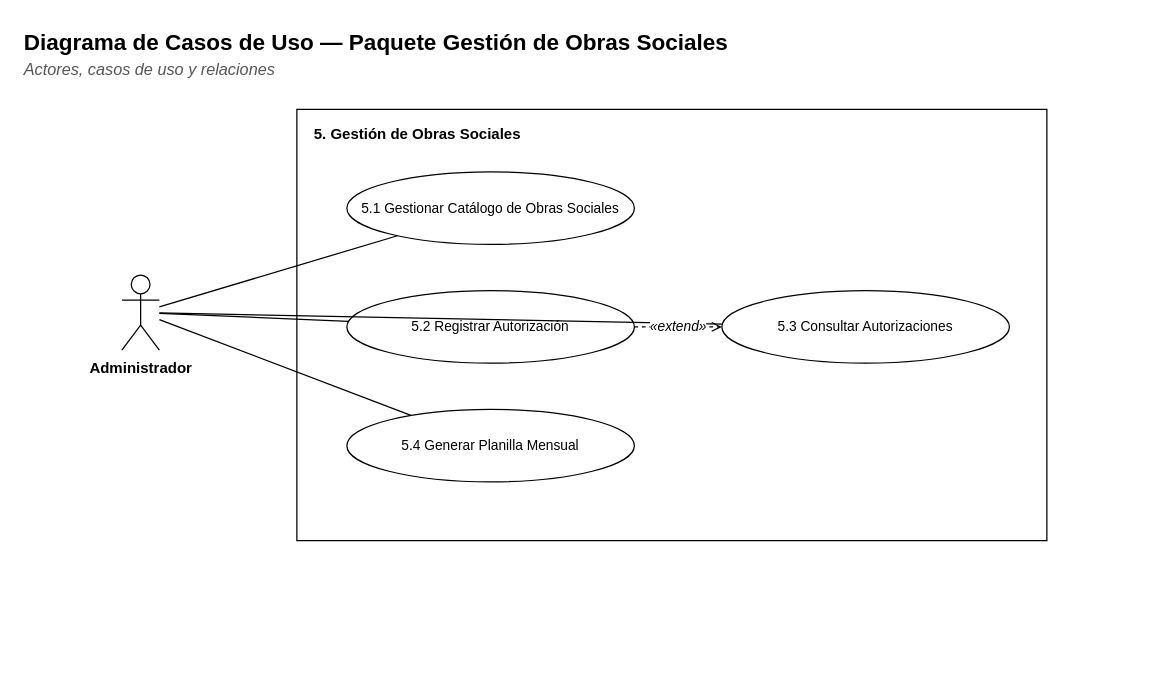
The draw.io diagram docs/diagramas/paquete-obras-casos.drawio in Matiglorioso/kineturnos, before the edit. Source tidied: cells renumbered, new cells numbered last; positions are measured from the earlier drawing's top-left corner, leaving out a move shared by most shapes. Both pictures are drawn from the tidied source at 125%, with x=0, y=0 at pixel (21, 21).
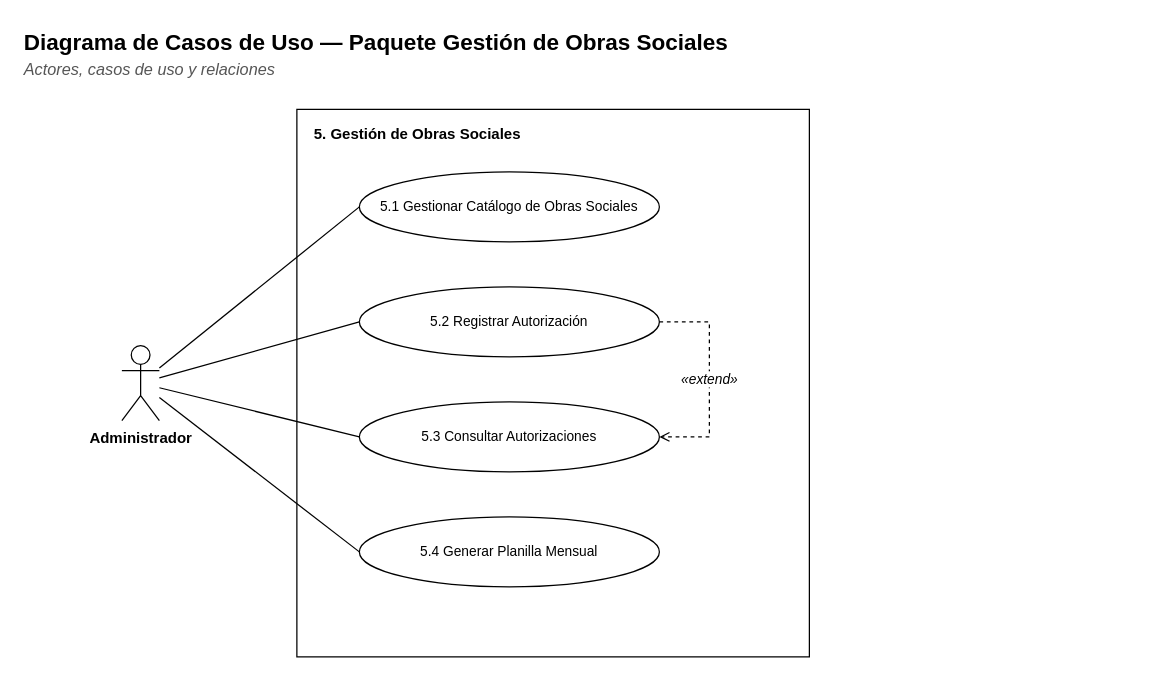
Above is the later version.

Diff of the diagram source:
```diff
@@
 <mxGraphModel background="#FFFFFF">
   <root>
     <mxCell id="0" />
     <mxCell id="1" parent="0" />
     <mxCell id="2" value="&lt;b&gt;Diagrama de Casos de Uso — Paquete Gestión de Obras Sociales&lt;/b&gt;" style="text;html=1;strokeColor=none;fillColor=none;align=left;verticalAlign=top;whiteSpace=wrap;fontFamily=Helvetica;fontSize=18;" parent="1" vertex="1">
       <mxGeometry width="900" height="26" as="geometry" />
     </mxCell>
     <mxCell id="3" value="&lt;i&gt;Actores, casos de uso y relaciones&lt;/i&gt;" style="text;html=1;strokeColor=none;fillColor=none;align=left;verticalAlign=top;whiteSpace=wrap;fontFamily=Helvetica;fontSize=13;fontColor=#555555;" parent="1" vertex="1">
       <mxGeometry y="24" width="900" height="20" as="geometry" />
     </mxCell>
     <mxCell id="4" style="rounded=0;whiteSpace=wrap;html=1;fillColor=#FFFFFF;strokeColor=#000000;fontFamily=Helvetica;fontSize=12;verticalAlign=top;" parent="1" vertex="1">
-      <mxGeometry x="220" y="70" width="600" height="345" as="geometry" />
+      <mxGeometry x="220" y="70" width="410" height="438" as="geometry" />
     </mxCell>
     <mxCell id="5" value="&lt;b&gt;5. Gestión de Obras Sociales&lt;/b&gt;" style="text;html=1;strokeColor=none;fillColor=none;align=left;verticalAlign=top;whiteSpace=wrap;fontFamily=Helvetica;fontSize=12;" parent="1" vertex="1">
-      <mxGeometry x="232" y="76" width="580" height="20" as="geometry" />
+      <mxGeometry x="232" y="76" width="390" height="20" as="geometry" />
     </mxCell>
     <mxCell id="6" value="5.1 Gestionar Catálogo de Obras Sociales" style="ellipse;whiteSpace=wrap;html=1;fillColor=#FFFFFF;strokeColor=#000000;fontFamily=Helvetica;fontSize=11;" parent="1" vertex="1">
-      <mxGeometry x="260" y="120" width="230" height="58" as="geometry" />
+      <mxGeometry x="270" y="120" width="240" height="56" as="geometry" />
     </mxCell>
     <mxCell id="7" value="5.2 Registrar Autorización" style="ellipse;whiteSpace=wrap;html=1;fillColor=#FFFFFF;strokeColor=#000000;fontFamily=Helvetica;fontSize=11;" parent="1" vertex="1">
-      <mxGeometry x="260" y="215" width="230" height="58" as="geometry" />
+      <mxGeometry x="270" y="212" width="240" height="56" as="geometry" />
     </mxCell>
-    <mxCell id="8" value="5.4 Generar Planilla Mensual" style="ellipse;whiteSpace=wrap;html=1;fillColor=#FFFFFF;strokeColor=#000000;fontFamily=Helvetica;fontSize=11;" parent="1" vertex="1">
-      <mxGeometry x="260" y="310" width="230" height="58" as="geometry" />
+    <mxCell id="8" value="5.3 Consultar Autorizaciones" style="ellipse;whiteSpace=wrap;html=1;fillColor=#FFFFFF;strokeColor=#000000;fontFamily=Helvetica;fontSize=11;" parent="1" vertex="1">
+      <mxGeometry x="270" y="304" width="240" height="56" as="geometry" />
     </mxCell>
-    <mxCell id="9" value="5.3 Consultar Autorizaciones" style="ellipse;whiteSpace=wrap;html=1;fillColor=#FFFFFF;strokeColor=#000000;fontFamily=Helvetica;fontSize=11;" parent="1" vertex="1">
-      <mxGeometry x="560" y="215" width="230" height="58" as="geometry" />
+    <mxCell id="9" value="5.4 Generar Planilla Mensual" style="ellipse;whiteSpace=wrap;html=1;fillColor=#FFFFFF;strokeColor=#000000;fontFamily=Helvetica;fontSize=11;" parent="1" vertex="1">
+      <mxGeometry x="270" y="396" width="240" height="56" as="geometry" />
     </mxCell>
     <mxCell id="10" value="Administrador" style="shape=umlActor;verticalLabelPosition=bottom;verticalAlign=top;html=1;outlineConnect=0;fillColor=#FFFFFF;strokeColor=#000000;fontFamily=Helvetica;fontSize=12;fontStyle=1;" parent="1" vertex="1">
-      <mxGeometry x="80" y="202.5" width="30" height="60" as="geometry" />
+      <mxGeometry x="80" y="259" width="30" height="60" as="geometry" />
     </mxCell>
-    <mxCell id="11" style="edgeStyle=none;html=1;endArrow=none;endFill=0;strokeColor=#000000;fontFamily=Helvetica;fontSize=11;labelBackgroundColor=#FFFFFF;" parent="1" edge="1" source="10" target="6">
+    <mxCell id="11" style="edgeStyle=none;html=1;endArrow=none;endFill=0;strokeColor=#000000;fontFamily=Helvetica;fontSize=11;labelBackgroundColor=#FFFFFF;entryX=0;entryY=0.5;entryDx=0;entryDy=0;" parent="1" edge="1" source="10" target="6">
       <mxGeometry relative="1" as="geometry" />
     </mxCell>
-    <mxCell id="12" style="edgeStyle=none;html=1;endArrow=none;endFill=0;strokeColor=#000000;fontFamily=Helvetica;fontSize=11;labelBackgroundColor=#FFFFFF;" parent="1" edge="1" source="10" target="7">
+    <mxCell id="12" style="edgeStyle=none;html=1;endArrow=none;endFill=0;strokeColor=#000000;fontFamily=Helvetica;fontSize=11;labelBackgroundColor=#FFFFFF;entryX=0;entryY=0.5;entryDx=0;entryDy=0;" parent="1" edge="1" source="10" target="7">
       <mxGeometry relative="1" as="geometry" />
     </mxCell>
-    <mxCell id="13" style="edgeStyle=none;html=1;endArrow=none;endFill=0;strokeColor=#000000;fontFamily=Helvetica;fontSize=11;labelBackgroundColor=#FFFFFF;" parent="1" edge="1" source="10" target="9">
+    <mxCell id="13" style="edgeStyle=none;html=1;endArrow=none;endFill=0;strokeColor=#000000;fontFamily=Helvetica;fontSize=11;labelBackgroundColor=#FFFFFF;entryX=0;entryY=0.5;entryDx=0;entryDy=0;" parent="1" edge="1" source="10" target="8">
       <mxGeometry relative="1" as="geometry" />
     </mxCell>
-    <mxCell id="14" style="edgeStyle=none;html=1;endArrow=none;endFill=0;strokeColor=#000000;fontFamily=Helvetica;fontSize=11;labelBackgroundColor=#FFFFFF;" parent="1" edge="1" source="10" target="8">
+    <mxCell id="14" style="edgeStyle=none;html=1;endArrow=none;endFill=0;strokeColor=#000000;fontFamily=Helvetica;fontSize=11;labelBackgroundColor=#FFFFFF;entryX=0;entryY=0.5;entryDx=0;entryDy=0;" parent="1" edge="1" source="10" target="9">
       <mxGeometry relative="1" as="geometry" />
     </mxCell>
-    <mxCell id="15" value="«extend»" style="edgeStyle=none;html=1;endArrow=open;endFill=0;strokeColor=#000000;fontFamily=Helvetica;fontSize=11;labelBackgroundColor=#FFFFFF;dashed=1;fontStyle=2;" parent="1" edge="1" source="7" target="9">
-      <mxGeometry relative="1" as="geometry" />
+    <mxCell id="15" value="«extend»" style="edgeStyle=orthogonalEdgeStyle;rounded=0;html=1;endArrow=open;startArrow=none;endFill=0;startFill=0;strokeColor=#000000;fontFamily=Helvetica;fontSize=11;fontStyle=2;labelBackgroundColor=#FFFFFF;dashed=1;exitX=1;exitY=0.5;exitDx=0;exitDy=0;entryX=1;entryY=0.5;entryDx=0;entryDy=0;" parent="1" edge="1" source="7" target="8">
+      <mxGeometry relative="1" as="geometry">
+        <Array as="points">
+          <mxPoint x="550" y="240" />
+          <mxPoint x="550" y="332" />
+        </Array>
+      </mxGeometry>
     </mxCell>
   </root>
 </mxGraphModel>
```
